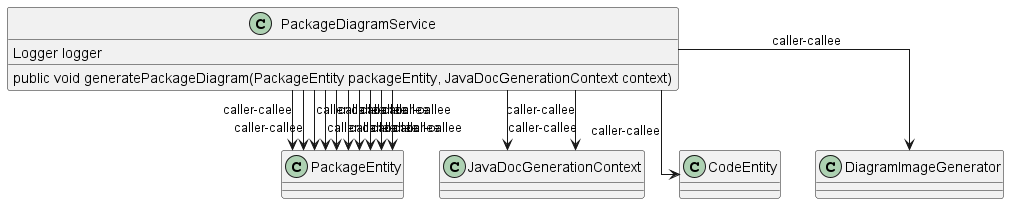
jags-programming/j2arch keeps this PlantUML diagram as javadoc/html/images/com_pjsoft_j2arch_uml_service_PackageDiagramService.png. Above is the earlier version. Its diagram source:
```plantuml
@startuml
skinparam linetype Ortho
class PackageDiagramService {
    Logger logger
    public void generatePackageDiagram(PackageEntity packageEntity, JavaDocGenerationContext context)
}
PackageDiagramService --> PackageEntity : caller-callee
PackageDiagramService --> JavaDocGenerationContext : caller-callee
PackageDiagramService --> PackageEntity : caller-callee
PackageDiagramService --> PackageEntity : caller-callee
PackageDiagramService --> PackageEntity : caller-callee
PackageDiagramService --> CodeEntity : caller-callee
PackageDiagramService --> PackageEntity : caller-callee
PackageDiagramService --> JavaDocGenerationContext : caller-callee
PackageDiagramService --> DiagramImageGenerator : caller-callee
PackageDiagramService --> PackageEntity : caller-callee
PackageDiagramService --> PackageEntity : caller-callee
PackageDiagramService --> PackageEntity : caller-callee
PackageDiagramService --> PackageEntity : caller-callee
PackageDiagramService --> PackageEntity : caller-callee
@enduml
```
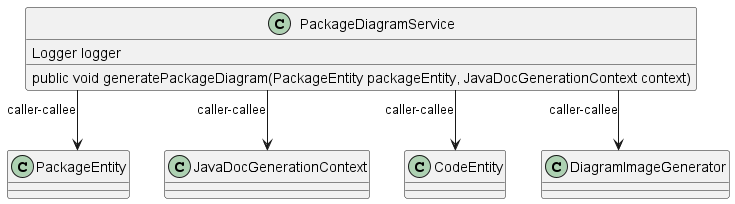
Later version of the same file.

Change to the diagram source:
```diff
@@ -6,16 +6,6 @@
 }
 PackageDiagramService --> PackageEntity : caller-callee
 PackageDiagramService --> JavaDocGenerationContext : caller-callee
-PackageDiagramService --> PackageEntity : caller-callee
-PackageDiagramService --> PackageEntity : caller-callee
-PackageDiagramService --> PackageEntity : caller-callee
 PackageDiagramService --> CodeEntity : caller-callee
-PackageDiagramService --> PackageEntity : caller-callee
-PackageDiagramService --> JavaDocGenerationContext : caller-callee
 PackageDiagramService --> DiagramImageGenerator : caller-callee
-PackageDiagramService --> PackageEntity : caller-callee
-PackageDiagramService --> PackageEntity : caller-callee
-PackageDiagramService --> PackageEntity : caller-callee
-PackageDiagramService --> PackageEntity : caller-callee
-PackageDiagramService --> PackageEntity : caller-callee
 @enduml
```
